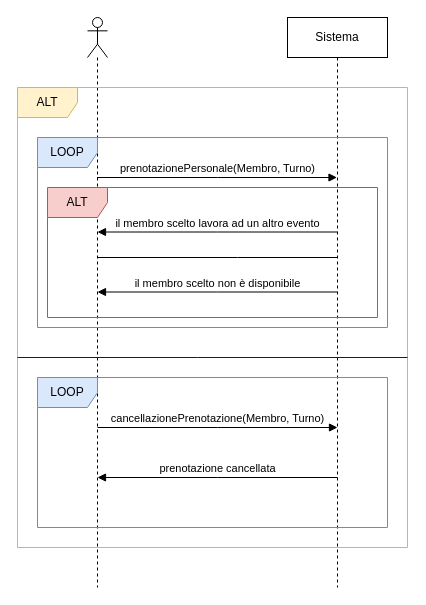
Earlier version of the draw.io diagram Progettazione/SSD/SSD_Estensione_4.drawio (Giacca01/CateRingProject). Source tidied: cells renumbered, new cells numbered last; positions are measured from the earlier drawing's top-left corner, leaving out a move shared by most shapes. Both pictures are drawn from the tidied source at 100%, with x=0, y=0 at pixel (17, 17).
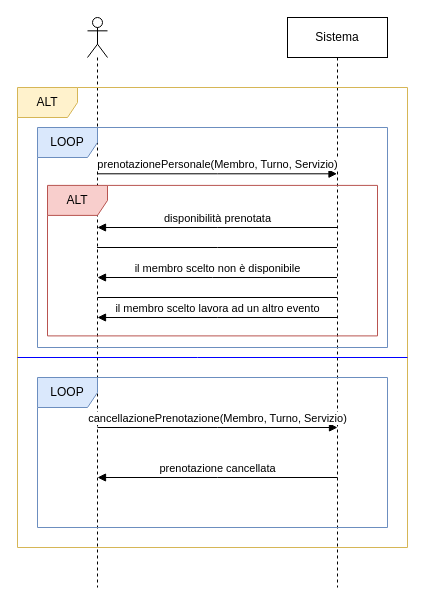
The same diagram, later.

The change refers to these unchanged cells:
```xml
<mxCell id="2" style="shape=umlLifeline;perimeter=lifelinePerimeter;whiteSpace=wrap;html=1;outlineConnect=0;portConstraint=eastwest;newEdgeStyle={&quot;edgeStyle&quot;:&quot;elbowEdgeStyle&quot;,&quot;elbow&quot;:&quot;vertical&quot;,&quot;curved&quot;:0,&quot;rounded&quot;:0};participant=umlActor;" parent="1" vertex="1">
  <mxGeometry x="70" width="20" height="570" as="geometry" />
</mxCell>
<mxCell id="3" value="Sistema" style="shape=umlLifeline;perimeter=lifelinePerimeter;whiteSpace=wrap;html=1;outlineConnect=0;portConstraint=eastwest;newEdgeStyle={&quot;edgeStyle&quot;:&quot;elbowEdgeStyle&quot;,&quot;elbow&quot;:&quot;vertical&quot;,&quot;curved&quot;:0,&quot;rounded&quot;:0};" parent="1" vertex="1">
  <mxGeometry x="270" width="100" height="570" as="geometry" />
</mxCell>
```

Change to the diagram source:
```diff
@@
     <mxCell id="6" style="group;" parent="1" vertex="1">
-      <mxGeometry x="20" y="120" width="350" height="190" as="geometry" />
+      <mxGeometry x="20" y="110" width="350" height="220" as="geometry" />
     </mxCell>
     <mxCell id="7" value="LOOP" style="shape=umlFrame;whiteSpace=wrap;html=1;fillColor=#dae8fc;strokeColor=#6c8ebf;" parent="6" vertex="1">
-      <mxGeometry width="350" height="190" as="geometry" />
+      <mxGeometry width="350" height="220" as="geometry" />
     </mxCell>
-    <mxCell id="8" value="prenotazionePersonale(Membro, Turno)" style="html=1;verticalAlign=bottom;endArrow=block;edgeStyle=elbowEdgeStyle;elbow=vertical;curved=0;rounded=0;" parent="6" edge="1" source="2" target="3">
+    <mxCell id="8" value="prenotazionePersonale(Membro, Turno, Servizio)" style="html=1;verticalAlign=bottom;endArrow=block;edgeStyle=elbowEdgeStyle;elbow=vertical;curved=0;rounded=0;" parent="6" edge="1" source="2" target="3">
       <mxGeometry relative="1" as="geometry">
         <Array as="points">
-          <mxPoint x="180" y="40" />
+          <mxPoint x="180" y="46.3" />
         </Array>
       </mxGeometry>
     </mxCell>
     <mxCell id="9" style="endArrow=none;endFill=0;endSize=12;html=1;rounded=0;startArrow=none;startFill=0;" parent="6" edge="1" source="2" target="3">
       <mxGeometry relative="1" as="geometry">
         <Array as="points">
-          <mxPoint x="200" y="120" />
+          <mxPoint x="180" y="120" />
         </Array>
       </mxGeometry>
     </mxCell>
     <mxCell id="10" value="ALT" style="shape=umlFrame;whiteSpace=wrap;html=1;fillColor=#f8cecc;strokeColor=#b85450;" parent="6" vertex="1">
-      <mxGeometry x="10" y="50" width="330" height="130" as="geometry" />
+      <mxGeometry x="10" y="57.9" width="330" height="150.5" as="geometry" />
     </mxCell>
-    <mxCell id="11" value="il membro scelto lavora ad un altro evento" style="html=1;verticalAlign=bottom;endArrow=none;edgeStyle=elbowEdgeStyle;elbow=vertical;curved=0;rounded=0;startArrow=block;startFill=1;endFill=0;" parent="6" edge="1">
+    <mxCell id="11" value="disponibilità prenotata" style="html=1;verticalAlign=bottom;endArrow=none;edgeStyle=elbowEdgeStyle;elbow=vertical;curved=0;rounded=0;startArrow=block;startFill=1;endFill=0;" parent="6" edge="1">
       <mxGeometry relative="1" as="geometry">
-        <mxPoint x="60" y="94.5" as="sourcePoint" />
-        <mxPoint x="300" y="94.5" as="targetPoint" />
+        <mxPoint x="60" y="100" as="sourcePoint" />
+        <mxPoint x="300" y="100" as="targetPoint" />
         <Array as="points">
-          <mxPoint x="180" y="94.5" />
+          <mxPoint x="180" y="100" />
         </Array>
       </mxGeometry>
     </mxCell>
-    <mxCell id="12" value="il membro scelto non è disponibile" style="html=1;verticalAlign=bottom;endArrow=none;edgeStyle=elbowEdgeStyle;elbow=vertical;curved=0;rounded=0;startArrow=block;startFill=1;endFill=0;" parent="6" edge="1">
+    <mxCell id="12" value="il membro scelto non è disponibile" style="html=1;verticalAlign=bottom;endArrow=none;edgeStyle=elbowEdgeStyle;elbow=vertical;curved=0;rounded=0;startArrow=block;startFill=1;endFill=0;" parent="6" edge="1" target="3">
       <mxGeometry relative="1" as="geometry">
-        <mxPoint x="60" y="154.5" as="sourcePoint" />
-        <mxPoint x="300" y="154.5" as="targetPoint" />
+        <mxPoint x="60" y="150" as="sourcePoint" />
         <Array as="points">
-          <mxPoint x="180" y="154.5" />
+          <mxPoint x="175" y="150" />
         </Array>
       </mxGeometry>
     </mxCell>
+    <mxCell id="16" style="endArrow=none;endFill=0;endSize=12;html=1;rounded=0;startArrow=none;startFill=0;" parent="6" edge="1">
+      <mxGeometry relative="1" as="geometry">
+        <mxPoint x="60" y="170" as="sourcePoint" />
+        <mxPoint x="300" y="170" as="targetPoint" />
+      </mxGeometry>
+    </mxCell>
+    <mxCell id="17" value="il membro scelto lavora ad un altro evento" style="html=1;verticalAlign=bottom;endArrow=none;edgeStyle=elbowEdgeStyle;elbow=vertical;curved=0;rounded=0;startArrow=block;startFill=1;endFill=0;" parent="6" edge="1">
+      <mxGeometry relative="1" as="geometry">
+        <mxPoint x="60" y="190" as="sourcePoint" />
+        <mxPoint x="300" y="190" as="targetPoint" />
+        <Array as="points">
+          <mxPoint x="180" y="190" />
+        </Array>
+      </mxGeometry>
+    </mxCell>
@@
-    <mxCell id="14" value="cancellazionePrenotazione(Membro, Turno)" style="html=1;verticalAlign=bottom;endArrow=block;edgeStyle=elbowEdgeStyle;elbow=vertical;curved=0;rounded=0;" parent="1" edge="1">
+    <mxCell id="14" value="cancellazionePrenotazione(Membro, Turno, Servizio)" style="html=1;verticalAlign=bottom;endArrow=block;edgeStyle=elbowEdgeStyle;elbow=vertical;curved=0;rounded=0;" parent="1" edge="1">
       <mxGeometry relative="1" as="geometry">
         <mxPoint x="80" y="410" as="sourcePoint" />
         <mxPoint x="320" y="410" as="targetPoint" />
         <Array as="points">
           <mxPoint x="200" y="410" />
         </Array>
       </mxGeometry>
     </mxCell>
```
